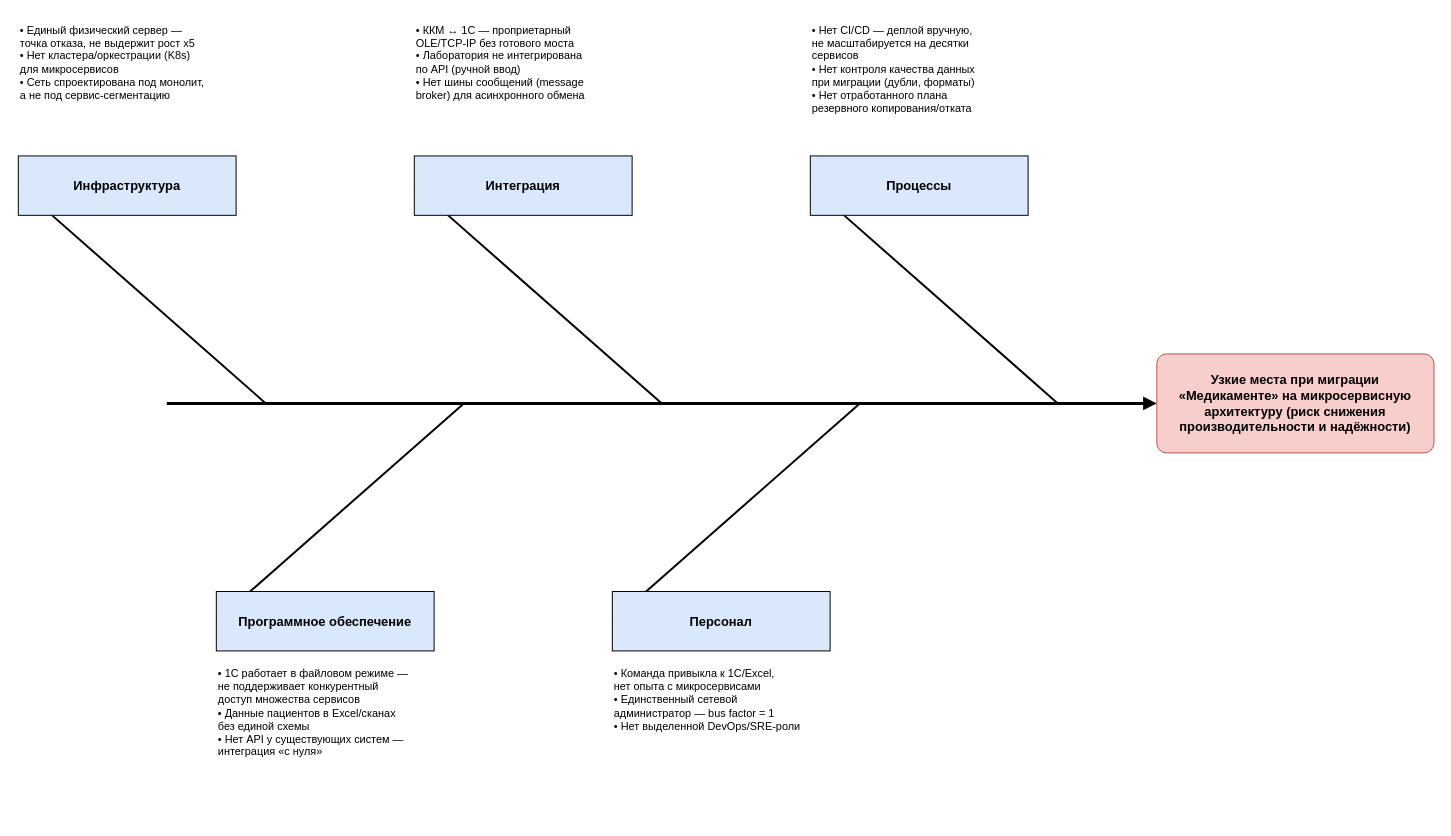
Earlier version of the draw.io diagram Task4/Ishikawa-migration.drawio (viktor-zhokhov/architecture-medikamente). Source tidied: cells renumbered, new cells numbered last; positions are measured from the earlier drawing's top-left corner, leaving out a move shared by most shapes. Both pictures are drawn from the tidied source at 99%, with x=0, y=0 at pixel (18, 17).
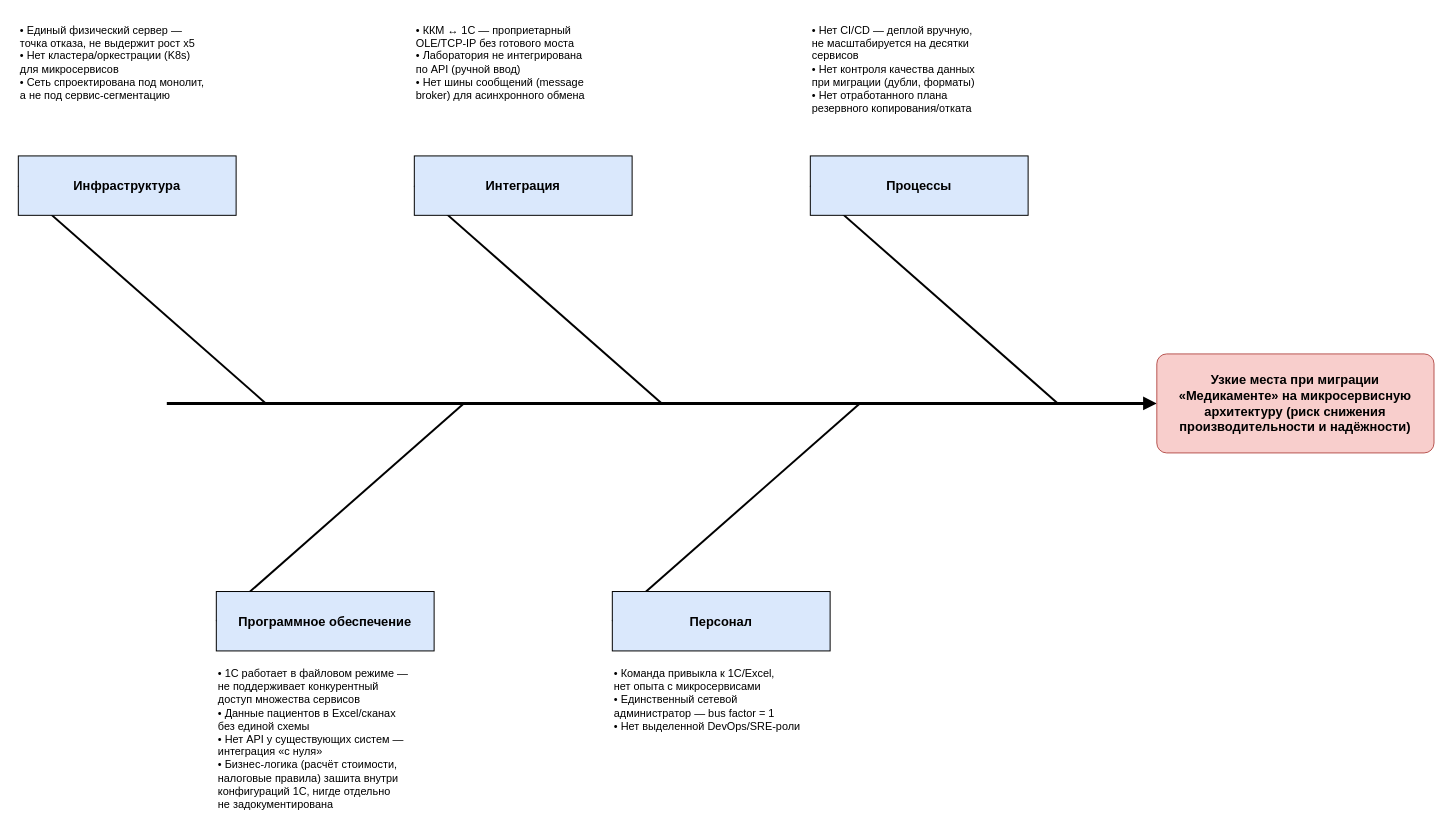
After the change.

Commit message (it also covers changes not shown here):
Задание 4: правки по ревью — добавлен риск миграции бизнес-логики 1С (явно упомянут в задании)

What changed in the source:
```diff
@@
-    <mxCell id="15" value="• 1С работает в файловом режиме —&#10;  не поддерживает конкурентный&#10;  доступ множества сервисов&#10;• Данные пациентов в Excel/сканах&#10;  без единой схемы&#10;• Нет API у существующих систем —&#10;  интеграция «с нуля»" style="text;html=1;align=left;verticalAlign=top;fontSize=11;whiteSpace=wrap;" parent="1" vertex="1">
-      <mxGeometry x="200" y="650" width="240" height="120" as="geometry" />
+    <mxCell id="15" value="• 1С работает в файловом режиме —&#10;  не поддерживает конкурентный&#10;  доступ множества сервисов&#10;• Данные пациентов в Excel/сканах&#10;  без единой схемы&#10;• Нет API у существующих систем —&#10;  интеграция «с нуля»&#10;• Бизнес-логика (расчёт стоимости,&#10;  налоговые правила) зашита внутри&#10;  конфигураций 1С, нигде отдельно&#10;  не задокументирована" style="text;html=1;align=left;verticalAlign=top;fontSize=11;whiteSpace=wrap;" parent="1" vertex="1">
+      <mxGeometry x="200" y="650" width="260" height="160" as="geometry" />
     </mxCell>
```
